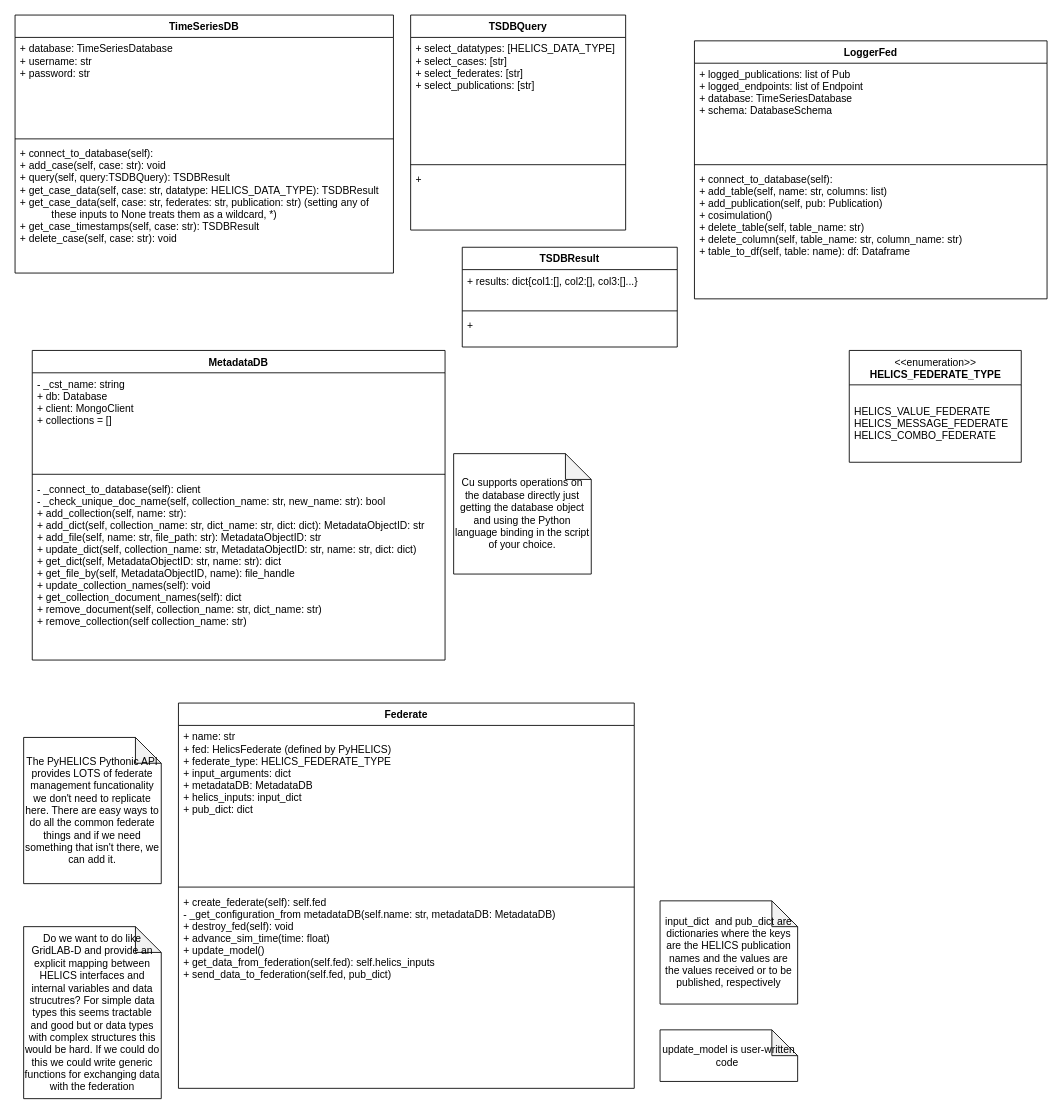
pnnl/cst keeps this draw.io diagram as docs/design/FY24_copper_classes.drawio. Above is the earlier version. Source tidied: cells renumbered, new cells numbered last; positions are measured from the earlier drawing's top-left corner, leaving out a move shared by most shapes. Both pictures are drawn from the tidied source at 86%, with x=0, y=0 at pixel (15, 15).
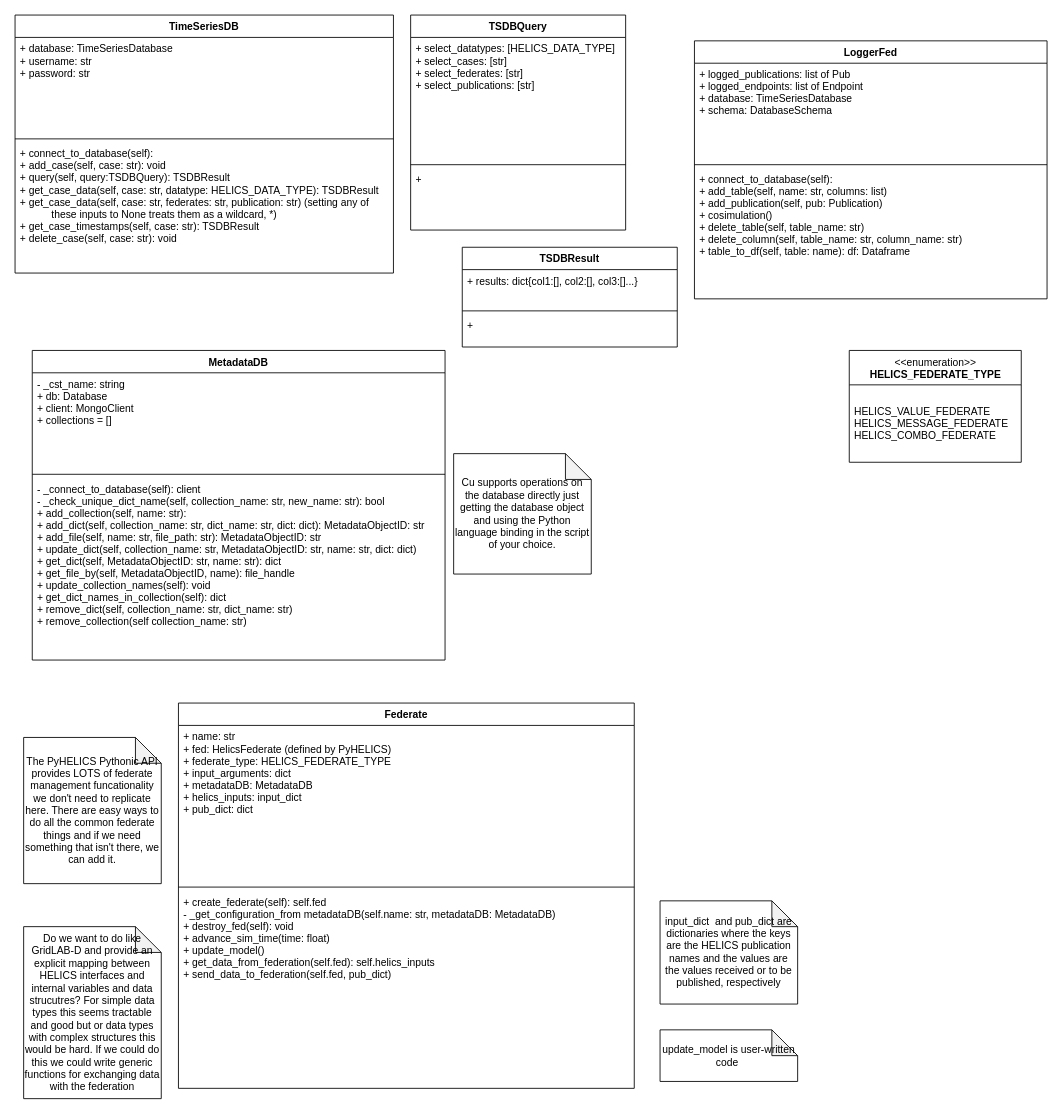
After the change.

Unchanged cells that the change refers to:
```xml
<mxCell id="10" value="MetadataDB" style="swimlane;fontStyle=1;align=center;verticalAlign=top;horizontal=1;startSize=26;" parent="1" vertex="1">
  <mxGeometry x="20" y="390" width="480" height="360" as="geometry" />
</mxCell>
```

Change to the diagram source:
```diff
@@
-    <mxCell id="13" value="- _connect_to_database(self): client&#10;- _check_unique_doc_name(self, collection_name: str, new_name: str): bool&#10;+ add_collection(self, name: str):&#10;+ add_dict(self, collection_name: str, dict_name: str, dict: dict): MetadataObjectID: str&#10;+ add_file(self, name: str, file_path: str): MetadataObjectID: str&#10;+ update_dict(self, collection_name: str, MetadataObjectID: str, name: str, dict: dict)&#10;+ get_dict(self, MetadataObjectID: str, name: str): dict&#10;+ get_file_by(self, MetadataObjectID, name): file_handle&#10;+ update_collection_names(self): void&#10;+ get_collection_document_names(self): dict&#10;+ remove_document(self, collection_name: str, dict_name: str)&#10;+ remove_collection(self collection_name: str)&#10;&#10; &#10;" style="text;strokeColor=none;fillColor=none;align=left;verticalAlign=top;spacingLeft=4;spacingRight=4;overflow=hidden;" parent="10" vertex="1">
+    <mxCell id="13" value="- _connect_to_database(self): client&#10;- _check_unique_dict_name(self, collection_name: str, new_name: str): bool&#10;+ add_collection(self, name: str):&#10;+ add_dict(self, collection_name: str, dict_name: str, dict: dict): MetadataObjectID: str&#10;+ add_file(self, name: str, file_path: str): MetadataObjectID: str&#10;+ update_dict(self, collection_name: str, MetadataObjectID: str, name: str, dict: dict)&#10;+ get_dict(self, MetadataObjectID: str, name: str): dict&#10;+ get_file_by(self, MetadataObjectID, name): file_handle&#10;+ update_collection_names(self): void&#10;+ get_dict_names_in_collection(self): dict&#10;+ remove_dict(self, collection_name: str, dict_name: str)&#10;+ remove_collection(self collection_name: str)&#10;&#10; &#10;" style="text;strokeColor=none;fillColor=none;align=left;verticalAlign=top;spacingLeft=4;spacingRight=4;overflow=hidden;" parent="10" vertex="1">
       <mxGeometry y="148" width="480" height="212" as="geometry" />
     </mxCell>
```
